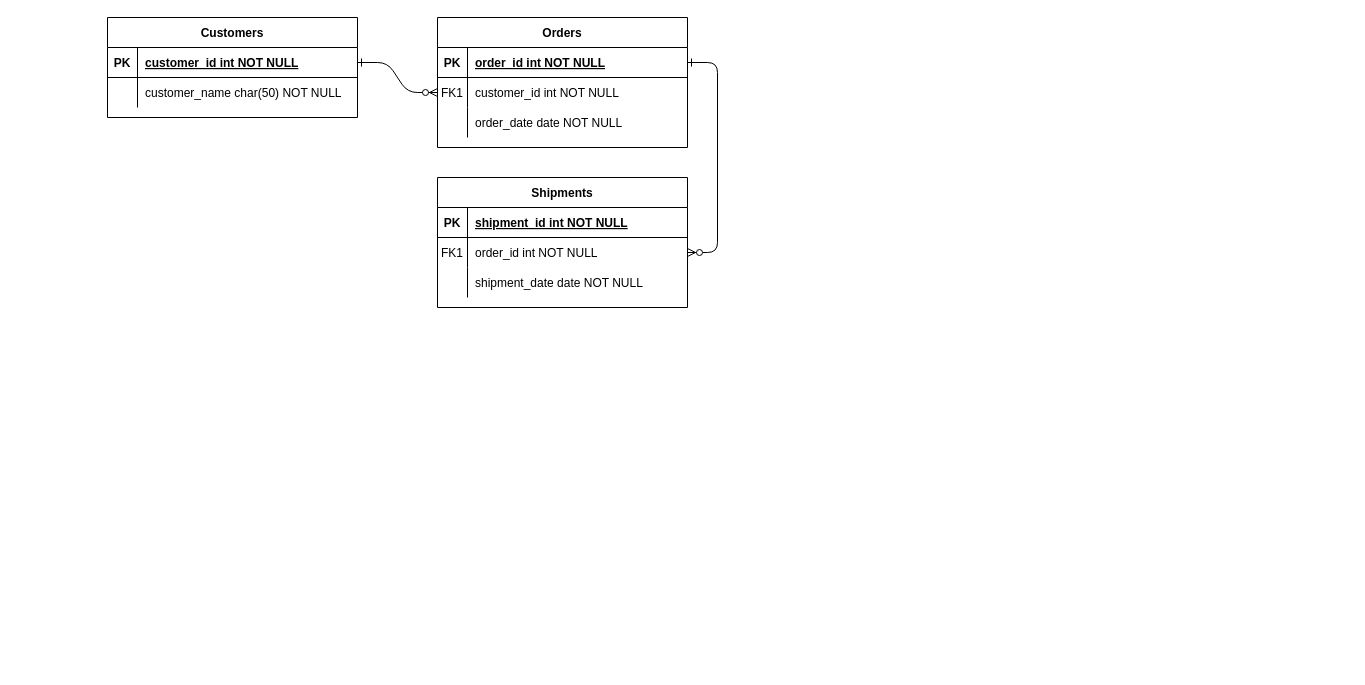
The draw.io diagram Untitled Diagram.drawio in O-paque/CS430, before the edit. Source tidied: cells renumbered, new cells numbered last; positions are measured from the earlier drawing's top-left corner, leaving out a move shared by most shapes. Both pictures are drawn from the tidied source at 100%, with x=0, y=0 at pixel (107, 17).
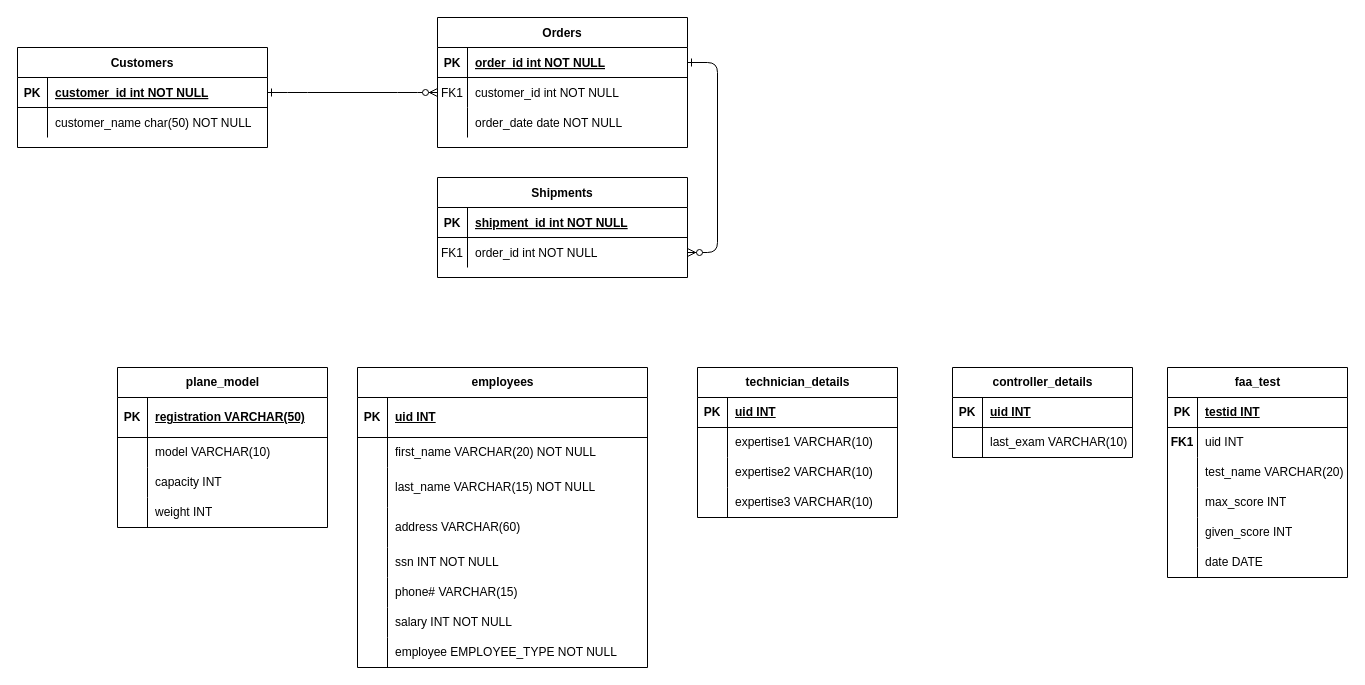
The same page after the edit.

What changed in the source:
```diff
@@
     <mxCell id="14" value="Shipments" style="shape=table;startSize=30;childLayout=tableLayout;rowLines=0;fontStyle=1;align=center;" parent="1" vertex="1">
-      <mxGeometry x="330" y="160" width="250" height="130" as="geometry" />
+      <mxGeometry x="330" y="160" width="250" height="100" as="geometry" />
     </mxCell>
@@
-    <mxCell id="21" style="shape=partialRectangle;fillColor=none;top=0;left=0;right=0;bottom=0;" parent="14" vertex="1">
-      <mxGeometry y="90" width="250" height="30" as="geometry" />
-    </mxCell>
-    <mxCell id="22" style="shape=partialRectangle;overflow=hidden;fillColor=none;top=0;left=0;bottom=0;right=0;" parent="21" vertex="1">
-      <mxGeometry width="30" height="30" as="geometry" />
-    </mxCell>
-    <mxCell id="23" value="shipment_date date NOT NULL" style="shape=partialRectangle;overflow=hidden;fillColor=none;top=0;left=0;bottom=0;right=0;align=left;spacingLeft=6;" parent="21" vertex="1">
-      <mxGeometry x="30" width="220" height="30" as="geometry" />
-    </mxCell>
     <mxCell id="24" value="Customers" style="shape=table;startSize=30;childLayout=tableLayout;rowLines=0;fontStyle=1;align=center;" parent="1" vertex="1">
-      <mxGeometry width="250" height="100" as="geometry" />
+      <mxGeometry x="-90" y="30" width="250" height="100" as="geometry" />
     </mxCell>
@@
+    <mxCell id="31" value="plane_model" style="shape=table;startSize=30;childLayout=tableLayout;rowLines=0;fontStyle=1;align=center;html=1;" parent="1" vertex="1">
+      <mxGeometry x="10" y="350" width="210" height="160" as="geometry" />
+    </mxCell>
+    <mxCell id="32" style="shape=tableRow;horizontal=0;startSize=0;swimlaneHead=0;swimlaneBody=0;fillColor=none;top=0;left=0;right=0;bottom=1;" parent="31" vertex="1">
+      <mxGeometry y="30" width="210" height="40" as="geometry" />
+    </mxCell>
+    <mxCell id="33" value="PK" style="shape=partialRectangle;fillColor=none;top=0;left=0;bottom=0;right=0;fontStyle=1;overflow=hidden;whiteSpace=wrap;html=1;" parent="32" vertex="1">
+      <mxGeometry width="30" height="40" as="geometry" />
+    </mxCell>
+    <mxCell id="34" value="registration VARCHAR(50)" style="shape=partialRectangle;fillColor=none;top=0;left=0;bottom=0;right=0;align=left;spacingLeft=6;fontStyle=5;overflow=hidden;whiteSpace=wrap;html=1;" parent="32" vertex="1">
+      <mxGeometry x="30" width="180" height="40" as="geometry" />
+    </mxCell>
+    <mxCell id="35" style="shape=tableRow;horizontal=0;startSize=0;swimlaneHead=0;swimlaneBody=0;fillColor=none;top=0;left=0;right=0;bottom=0;" parent="31" vertex="1">
+      <mxGeometry y="70" width="210" height="30" as="geometry" />
+    </mxCell>
+    <mxCell id="36" style="shape=partialRectangle;fillColor=none;top=0;left=0;bottom=0;right=0;overflow=hidden;whiteSpace=wrap;html=1;" parent="35" vertex="1">
+      <mxGeometry width="30" height="30" as="geometry" />
+    </mxCell>
+    <mxCell id="37" value="model VARCHAR(10)" style="shape=partialRectangle;fillColor=none;top=0;left=0;bottom=0;right=0;align=left;spacingLeft=6;overflow=hidden;whiteSpace=wrap;html=1;" parent="35" vertex="1">
+      <mxGeometry x="30" width="180" height="30" as="geometry" />
+    </mxCell>
+    <mxCell id="38" style="shape=tableRow;horizontal=0;startSize=0;swimlaneHead=0;swimlaneBody=0;fillColor=none;top=0;left=0;right=0;bottom=0;" parent="31" vertex="1">
+      <mxGeometry y="100" width="210" height="30" as="geometry" />
+    </mxCell>
+    <mxCell id="39" style="shape=partialRectangle;fillColor=none;top=0;left=0;bottom=0;right=0;overflow=hidden;whiteSpace=wrap;html=1;" parent="38" vertex="1">
+      <mxGeometry width="30" height="30" as="geometry" />
+    </mxCell>
+    <mxCell id="40" value="capacity INT" style="shape=partialRectangle;fillColor=none;top=0;left=0;bottom=0;right=0;align=left;spacingLeft=6;overflow=hidden;whiteSpace=wrap;html=1;" parent="38" vertex="1">
+      <mxGeometry x="30" width="180" height="30" as="geometry" />
+    </mxCell>
+    <mxCell id="41" style="shape=tableRow;horizontal=0;startSize=0;swimlaneHead=0;swimlaneBody=0;fillColor=none;top=0;left=0;right=0;bottom=0;" parent="31" vertex="1">
+      <mxGeometry y="130" width="210" height="30" as="geometry" />
+    </mxCell>
+    <mxCell id="42" style="shape=partialRectangle;fillColor=none;top=0;left=0;bottom=0;right=0;overflow=hidden;whiteSpace=wrap;html=1;" parent="41" vertex="1">
+      <mxGeometry width="30" height="30" as="geometry" />
+    </mxCell>
+    <mxCell id="43" value="weight INT" style="shape=partialRectangle;fillColor=none;top=0;left=0;bottom=0;right=0;align=left;spacingLeft=6;overflow=hidden;whiteSpace=wrap;html=1;" parent="41" vertex="1">
+      <mxGeometry x="30" width="180" height="30" as="geometry" />
+    </mxCell>
+    <mxCell id="44" style="shape=tableRow;horizontal=0;startSize=0;swimlaneHead=0;swimlaneBody=0;fillColor=none;top=0;left=0;right=0;bottom=0;" parent="1" vertex="1">
+      <mxGeometry x="160" y="610" width="290" height="30" as="geometry" />
+    </mxCell>
+    <mxCell id="45" style="shape=partialRectangle;fillColor=none;top=0;left=0;bottom=0;right=0;overflow=hidden;whiteSpace=wrap;html=1;" parent="44" vertex="1">
+      <mxGeometry width="30" height="30" as="geometry" />
+    </mxCell>
+    <mxCell id="46" value="employees" style="shape=table;startSize=30;childLayout=tableLayout;rowLines=0;fontStyle=1;align=center;html=1;" parent="1" vertex="1">
+      <mxGeometry x="250" y="350" width="290" height="300" as="geometry" />
+    </mxCell>
+    <mxCell id="47" style="shape=tableRow;horizontal=0;startSize=0;swimlaneHead=0;swimlaneBody=0;fillColor=none;top=0;left=0;right=0;bottom=1;" parent="46" vertex="1">
+      <mxGeometry y="30" width="290" height="40" as="geometry" />
+    </mxCell>
+    <mxCell id="48" value="PK" style="shape=partialRectangle;fillColor=none;top=0;left=0;bottom=0;right=0;fontStyle=1;overflow=hidden;whiteSpace=wrap;html=1;" parent="47" vertex="1">
+      <mxGeometry width="30" height="40" as="geometry" />
+    </mxCell>
+    <mxCell id="49" value="&lt;div&gt;uid INT&lt;/div&gt;" style="shape=partialRectangle;fillColor=none;top=0;left=0;bottom=0;right=0;align=left;spacingLeft=6;fontStyle=5;overflow=hidden;whiteSpace=wrap;html=1;" parent="47" vertex="1">
+      <mxGeometry x="30" width="260" height="40" as="geometry" />
+    </mxCell>
+    <mxCell id="50" style="shape=tableRow;horizontal=0;startSize=0;swimlaneHead=0;swimlaneBody=0;fillColor=none;top=0;left=0;right=0;bottom=0;" parent="46" vertex="1">
+      <mxGeometry y="70" width="290" height="30" as="geometry" />
+    </mxCell>
+    <mxCell id="51" style="shape=partialRectangle;fillColor=none;top=0;left=0;bottom=0;right=0;overflow=hidden;whiteSpace=wrap;html=1;" parent="50" vertex="1">
+      <mxGeometry width="30" height="30" as="geometry" />
+    </mxCell>
+    <mxCell id="52" value="first_name VARCHAR(20) NOT NULL" style="shape=partialRectangle;fillColor=none;top=0;left=0;bottom=0;right=0;align=left;spacingLeft=6;overflow=hidden;whiteSpace=wrap;html=1;" parent="50" vertex="1">
+      <mxGeometry x="30" width="260" height="30" as="geometry" />
+    </mxCell>
+    <mxCell id="53" style="shape=tableRow;horizontal=0;startSize=0;swimlaneHead=0;swimlaneBody=0;fillColor=none;top=0;left=0;right=0;bottom=0;" parent="46" vertex="1">
+      <mxGeometry y="100" width="290" height="40" as="geometry" />
+    </mxCell>
+    <mxCell id="54" style="shape=partialRectangle;fillColor=none;top=0;left=0;bottom=0;right=0;overflow=hidden;whiteSpace=wrap;html=1;" parent="53" vertex="1">
+      <mxGeometry width="30" height="40" as="geometry" />
+    </mxCell>
+    <mxCell id="55" value="last_name VARCHAR(15) NOT NULL" style="shape=partialRectangle;fillColor=none;top=0;left=0;bottom=0;right=0;align=left;spacingLeft=6;overflow=hidden;whiteSpace=wrap;html=1;" parent="53" vertex="1">
+      <mxGeometry x="30" width="260" height="40" as="geometry" />
+    </mxCell>
+    <mxCell id="56" style="shape=tableRow;horizontal=0;startSize=0;swimlaneHead=0;swimlaneBody=0;fillColor=none;top=0;left=0;right=0;bottom=0;" parent="46" vertex="1">
+      <mxGeometry y="140" width="290" height="40" as="geometry" />
+    </mxCell>
+    <mxCell id="57" style="shape=partialRectangle;fillColor=none;top=0;left=0;bottom=0;right=0;overflow=hidden;whiteSpace=wrap;html=1;" parent="56" vertex="1">
+      <mxGeometry width="30" height="40" as="geometry" />
+    </mxCell>
+    <mxCell id="58" value="address VARCHAR(60)" style="shape=partialRectangle;fillColor=none;top=0;left=0;bottom=0;right=0;align=left;spacingLeft=6;overflow=hidden;whiteSpace=wrap;html=1;" parent="56" vertex="1">
+      <mxGeometry x="30" width="260" height="40" as="geometry" />
+    </mxCell>
+    <mxCell id="59" style="shape=tableRow;horizontal=0;startSize=0;swimlaneHead=0;swimlaneBody=0;fillColor=none;top=0;left=0;right=0;bottom=0;" parent="46" vertex="1">
+      <mxGeometry y="180" width="290" height="30" as="geometry" />
+    </mxCell>
+    <mxCell id="60" style="shape=partialRectangle;fillColor=none;top=0;left=0;bottom=0;right=0;overflow=hidden;whiteSpace=wrap;html=1;" parent="59" vertex="1">
+      <mxGeometry width="30" height="30" as="geometry" />
+    </mxCell>
+    <mxCell id="61" value="ssn INT NOT NULL" style="shape=partialRectangle;fillColor=none;top=0;left=0;bottom=0;right=0;align=left;spacingLeft=6;overflow=hidden;whiteSpace=wrap;html=1;" parent="59" vertex="1">
+      <mxGeometry x="30" width="260" height="30" as="geometry" />
+    </mxCell>
+    <mxCell id="62" style="shape=tableRow;horizontal=0;startSize=0;swimlaneHead=0;swimlaneBody=0;fillColor=none;top=0;left=0;right=0;bottom=0;" parent="46" vertex="1">
+      <mxGeometry y="210" width="290" height="30" as="geometry" />
+    </mxCell>
+    <mxCell id="63" style="shape=partialRectangle;fillColor=none;top=0;left=0;bottom=0;right=0;overflow=hidden;whiteSpace=wrap;html=1;" parent="62" vertex="1">
+      <mxGeometry width="30" height="30" as="geometry" />
+    </mxCell>
+    <mxCell id="64" value="phone# VARCHAR(15)" style="shape=partialRectangle;fillColor=none;top=0;left=0;bottom=0;right=0;align=left;spacingLeft=6;overflow=hidden;whiteSpace=wrap;html=1;" parent="62" vertex="1">
+      <mxGeometry x="30" width="260" height="30" as="geometry" />
+    </mxCell>
+    <mxCell id="65" style="shape=tableRow;horizontal=0;startSize=0;swimlaneHead=0;swimlaneBody=0;fillColor=none;top=0;left=0;right=0;bottom=0;" parent="46" vertex="1">
+      <mxGeometry y="240" width="290" height="30" as="geometry" />
+    </mxCell>
+    <mxCell id="66" style="shape=partialRectangle;fillColor=none;top=0;left=0;bottom=0;right=0;overflow=hidden;whiteSpace=wrap;html=1;" parent="65" vertex="1">
+      <mxGeometry width="30" height="30" as="geometry" />
+    </mxCell>
+    <mxCell id="67" value="salary INT NOT NULL" style="shape=partialRectangle;fillColor=none;top=0;left=0;bottom=0;right=0;align=left;spacingLeft=6;overflow=hidden;whiteSpace=wrap;html=1;" parent="65" vertex="1">
+      <mxGeometry x="30" width="260" height="30" as="geometry" />
+    </mxCell>
+    <mxCell id="68" style="shape=tableRow;horizontal=0;startSize=0;swimlaneHead=0;swimlaneBody=0;fillColor=none;top=0;left=0;right=0;bottom=0;" parent="46" vertex="1">
+      <mxGeometry y="270" width="290" height="30" as="geometry" />
+    </mxCell>
+    <mxCell id="69" style="shape=partialRectangle;fillColor=none;top=0;left=0;bottom=0;right=0;overflow=hidden;whiteSpace=wrap;html=1;" parent="68" vertex="1">
+      <mxGeometry width="30" height="30" as="geometry" />
+    </mxCell>
+    <mxCell id="70" value="employee EMPLOYEE_TYPE NOT NULL" style="shape=partialRectangle;fillColor=none;top=0;left=0;bottom=0;right=0;align=left;spacingLeft=6;overflow=hidden;whiteSpace=wrap;html=1;" parent="68" vertex="1">
+      <mxGeometry x="30" width="260" height="30" as="geometry" />
+    </mxCell>
+    <mxCell id="71" value="technician_details" style="shape=table;startSize=30;childLayout=tableLayout;rowLines=0;fontStyle=1;align=center;html=1;" parent="1" vertex="1">
+      <mxGeometry x="590" y="350" width="200" height="150" as="geometry" />
+    </mxCell>
+    <mxCell id="72" style="shape=tableRow;horizontal=0;startSize=0;swimlaneHead=0;swimlaneBody=0;fillColor=none;top=0;left=0;right=0;bottom=1;" parent="71" vertex="1">
+      <mxGeometry y="30" width="200" height="30" as="geometry" />
+    </mxCell>
+    <mxCell id="73" value="PK" style="shape=partialRectangle;fillColor=none;top=0;left=0;bottom=0;right=0;fontStyle=1;overflow=hidden;whiteSpace=wrap;html=1;" parent="72" vertex="1">
+      <mxGeometry width="30" height="30" as="geometry" />
+    </mxCell>
+    <mxCell id="74" value="uid INT" style="shape=partialRectangle;fillColor=none;top=0;left=0;bottom=0;right=0;align=left;spacingLeft=6;fontStyle=5;overflow=hidden;whiteSpace=wrap;html=1;" parent="72" vertex="1">
+      <mxGeometry x="30" width="170" height="30" as="geometry" />
+    </mxCell>
+    <mxCell id="75" style="shape=tableRow;horizontal=0;startSize=0;swimlaneHead=0;swimlaneBody=0;fillColor=none;top=0;left=0;right=0;bottom=0;" parent="71" vertex="1">
+      <mxGeometry y="60" width="200" height="30" as="geometry" />
+    </mxCell>
+    <mxCell id="76" style="shape=partialRectangle;fillColor=none;top=0;left=0;bottom=0;right=0;overflow=hidden;whiteSpace=wrap;html=1;" parent="75" vertex="1">
+      <mxGeometry width="30" height="30" as="geometry" />
+    </mxCell>
+    <mxCell id="77" value="expertise1 VARCHAR(10)" style="shape=partialRectangle;fillColor=none;top=0;left=0;bottom=0;right=0;align=left;spacingLeft=6;overflow=hidden;whiteSpace=wrap;html=1;" parent="75" vertex="1">
+      <mxGeometry x="30" width="170" height="30" as="geometry" />
+    </mxCell>
+    <mxCell id="78" style="shape=tableRow;horizontal=0;startSize=0;swimlaneHead=0;swimlaneBody=0;fillColor=none;top=0;left=0;right=0;bottom=0;" parent="71" vertex="1">
+      <mxGeometry y="90" width="200" height="30" as="geometry" />
+    </mxCell>
+    <mxCell id="79" style="shape=partialRectangle;fillColor=none;top=0;left=0;bottom=0;right=0;overflow=hidden;whiteSpace=wrap;html=1;" parent="78" vertex="1">
+      <mxGeometry width="30" height="30" as="geometry" />
+    </mxCell>
+    <mxCell id="80" value="&lt;div&gt;expertise2 VARCHAR(10)&lt;/div&gt;" style="shape=partialRectangle;fillColor=none;top=0;left=0;bottom=0;right=0;align=left;spacingLeft=6;overflow=hidden;whiteSpace=wrap;html=1;" parent="78" vertex="1">
+      <mxGeometry x="30" width="170" height="30" as="geometry" />
+    </mxCell>
+    <mxCell id="81" style="shape=tableRow;horizontal=0;startSize=0;swimlaneHead=0;swimlaneBody=0;fillColor=none;top=0;left=0;right=0;bottom=0;" parent="71" vertex="1">
+      <mxGeometry y="120" width="200" height="30" as="geometry" />
+    </mxCell>
+    <mxCell id="82" style="shape=partialRectangle;fillColor=none;top=0;left=0;bottom=0;right=0;overflow=hidden;whiteSpace=wrap;html=1;" parent="81" vertex="1">
+      <mxGeometry width="30" height="30" as="geometry" />
+    </mxCell>
+    <mxCell id="83" value="expertise3 VARCHAR(10)" style="shape=partialRectangle;fillColor=none;top=0;left=0;bottom=0;right=0;align=left;spacingLeft=6;overflow=hidden;whiteSpace=wrap;html=1;" parent="81" vertex="1">
+      <mxGeometry x="30" width="170" height="30" as="geometry" />
+    </mxCell>
+    <mxCell id="84" value="controller_details" style="shape=table;startSize=30;childLayout=tableLayout;rowLines=0;fontStyle=1;align=center;html=1;" parent="1" vertex="1">
+      <mxGeometry x="845" y="350" width="180" height="90" as="geometry" />
+    </mxCell>
+    <mxCell id="85" style="shape=tableRow;horizontal=0;startSize=0;swimlaneHead=0;swimlaneBody=0;fillColor=none;top=0;left=0;right=0;bottom=1;" parent="84" vertex="1">
+      <mxGeometry y="30" width="180" height="30" as="geometry" />
+    </mxCell>
+    <mxCell id="86" value="PK" style="shape=partialRectangle;fillColor=none;top=0;left=0;bottom=0;right=0;fontStyle=1;overflow=hidden;whiteSpace=wrap;html=1;" parent="85" vertex="1">
+      <mxGeometry width="30" height="30" as="geometry" />
+    </mxCell>
+    <mxCell id="87" value="uid INT" style="shape=partialRectangle;fillColor=none;top=0;left=0;bottom=0;right=0;align=left;spacingLeft=6;fontStyle=5;overflow=hidden;whiteSpace=wrap;html=1;" parent="85" vertex="1">
+      <mxGeometry x="30" width="150" height="30" as="geometry" />
+    </mxCell>
+    <mxCell id="88" style="shape=tableRow;horizontal=0;startSize=0;swimlaneHead=0;swimlaneBody=0;fillColor=none;top=0;left=0;right=0;bottom=0;" parent="84" vertex="1">
+      <mxGeometry y="60" width="180" height="30" as="geometry" />
+    </mxCell>
+    <mxCell id="89" style="shape=partialRectangle;fillColor=none;top=0;left=0;bottom=0;right=0;overflow=hidden;whiteSpace=wrap;html=1;" parent="88" vertex="1">
+      <mxGeometry width="30" height="30" as="geometry" />
+    </mxCell>
+    <mxCell id="90" value="last_exam VARCHAR(10)" style="shape=partialRectangle;fillColor=none;top=0;left=0;bottom=0;right=0;align=left;spacingLeft=6;overflow=hidden;whiteSpace=wrap;html=1;" parent="88" vertex="1">
+      <mxGeometry x="30" width="150" height="30" as="geometry" />
+    </mxCell>
+    <mxCell id="91" value="faa_test" style="shape=table;startSize=30;childLayout=tableLayout;rowLines=0;fontStyle=1;align=center;html=1;" parent="1" vertex="1">
+      <mxGeometry x="1060" y="350" width="180" height="210" as="geometry" />
+    </mxCell>
+    <mxCell id="92" style="shape=tableRow;horizontal=0;startSize=0;swimlaneHead=0;swimlaneBody=0;fillColor=none;top=0;left=0;right=0;bottom=1;" parent="91" vertex="1">
+      <mxGeometry y="30" width="180" height="30" as="geometry" />
+    </mxCell>
+    <mxCell id="93" value="PK" style="shape=partialRectangle;fillColor=none;top=0;left=0;bottom=0;right=0;fontStyle=1;overflow=hidden;whiteSpace=wrap;html=1;" parent="92" vertex="1">
+      <mxGeometry width="30" height="30" as="geometry" />
+    </mxCell>
+    <mxCell id="94" value="testid INT" style="shape=partialRectangle;fillColor=none;top=0;left=0;bottom=0;right=0;align=left;spacingLeft=6;fontStyle=5;overflow=hidden;whiteSpace=wrap;html=1;" parent="92" vertex="1">
+      <mxGeometry x="30" width="150" height="30" as="geometry" />
+    </mxCell>
+    <mxCell id="95" style="shape=tableRow;horizontal=0;startSize=0;swimlaneHead=0;swimlaneBody=0;fillColor=none;top=0;left=0;right=0;bottom=0;" parent="91" vertex="1">
+      <mxGeometry y="60" width="180" height="30" as="geometry" />
+    </mxCell>
+    <mxCell id="96" value="&lt;b&gt;FK1&lt;/b&gt;" style="shape=partialRectangle;fillColor=none;top=0;left=0;bottom=0;right=0;overflow=hidden;whiteSpace=wrap;html=1;" parent="95" vertex="1">
+      <mxGeometry width="30" height="30" as="geometry" />
+    </mxCell>
+    <mxCell id="97" value="uid INT" style="shape=partialRectangle;fillColor=none;top=0;left=0;bottom=0;right=0;align=left;spacingLeft=6;overflow=hidden;whiteSpace=wrap;html=1;" parent="95" vertex="1">
+      <mxGeometry x="30" width="150" height="30" as="geometry" />
+    </mxCell>
+    <mxCell id="98" style="shape=tableRow;horizontal=0;startSize=0;swimlaneHead=0;swimlaneBody=0;fillColor=none;top=0;left=0;right=0;bottom=0;" parent="91" vertex="1">
+      <mxGeometry y="90" width="180" height="30" as="geometry" />
+    </mxCell>
+    <mxCell id="99" style="shape=partialRectangle;fillColor=none;top=0;left=0;bottom=0;right=0;overflow=hidden;whiteSpace=wrap;html=1;" parent="98" vertex="1">
+      <mxGeometry width="30" height="30" as="geometry" />
+    </mxCell>
+    <mxCell id="100" value="test_name VARCHAR(20)" style="shape=partialRectangle;fillColor=none;top=0;left=0;bottom=0;right=0;align=left;spacingLeft=6;overflow=hidden;whiteSpace=wrap;html=1;" parent="98" vertex="1">
+      <mxGeometry x="30" width="150" height="30" as="geometry" />
+    </mxCell>
+    <mxCell id="101" style="shape=tableRow;horizontal=0;startSize=0;swimlaneHead=0;swimlaneBody=0;fillColor=none;top=0;left=0;right=0;bottom=0;" parent="91" vertex="1">
+      <mxGeometry y="120" width="180" height="30" as="geometry" />
+    </mxCell>
+    <mxCell id="102" style="shape=partialRectangle;fillColor=none;top=0;left=0;bottom=0;right=0;overflow=hidden;whiteSpace=wrap;html=1;" parent="101" vertex="1">
+      <mxGeometry width="30" height="30" as="geometry" />
+    </mxCell>
+    <mxCell id="103" value="max_score INT" style="shape=partialRectangle;fillColor=none;top=0;left=0;bottom=0;right=0;align=left;spacingLeft=6;overflow=hidden;whiteSpace=wrap;html=1;" parent="101" vertex="1">
+      <mxGeometry x="30" width="150" height="30" as="geometry" />
+    </mxCell>
+    <mxCell id="104" style="shape=tableRow;horizontal=0;startSize=0;swimlaneHead=0;swimlaneBody=0;fillColor=none;top=0;left=0;right=0;bottom=0;" parent="91" vertex="1">
+      <mxGeometry y="150" width="180" height="30" as="geometry" />
+    </mxCell>
+    <mxCell id="105" style="shape=partialRectangle;fillColor=none;top=0;left=0;bottom=0;right=0;overflow=hidden;whiteSpace=wrap;html=1;" parent="104" vertex="1">
+      <mxGeometry width="30" height="30" as="geometry" />
+    </mxCell>
+    <mxCell id="106" value="&lt;div&gt;given_score INT&lt;/div&gt;" style="shape=partialRectangle;fillColor=none;top=0;left=0;bottom=0;right=0;align=left;spacingLeft=6;overflow=hidden;whiteSpace=wrap;html=1;" parent="104" vertex="1">
+      <mxGeometry x="30" width="150" height="30" as="geometry" />
+    </mxCell>
+    <mxCell id="107" style="shape=tableRow;horizontal=0;startSize=0;swimlaneHead=0;swimlaneBody=0;fillColor=none;top=0;left=0;right=0;bottom=0;" parent="91" vertex="1">
+      <mxGeometry y="180" width="180" height="30" as="geometry" />
+    </mxCell>
+    <mxCell id="108" style="shape=partialRectangle;fillColor=none;top=0;left=0;bottom=0;right=0;overflow=hidden;whiteSpace=wrap;html=1;" parent="107" vertex="1">
+      <mxGeometry width="30" height="30" as="geometry" />
+    </mxCell>
+    <mxCell id="109" value="date DATE" style="shape=partialRectangle;fillColor=none;top=0;left=0;bottom=0;right=0;align=left;spacingLeft=6;overflow=hidden;whiteSpace=wrap;html=1;" parent="107" vertex="1">
+      <mxGeometry x="30" width="150" height="30" as="geometry" />
+    </mxCell>
```
